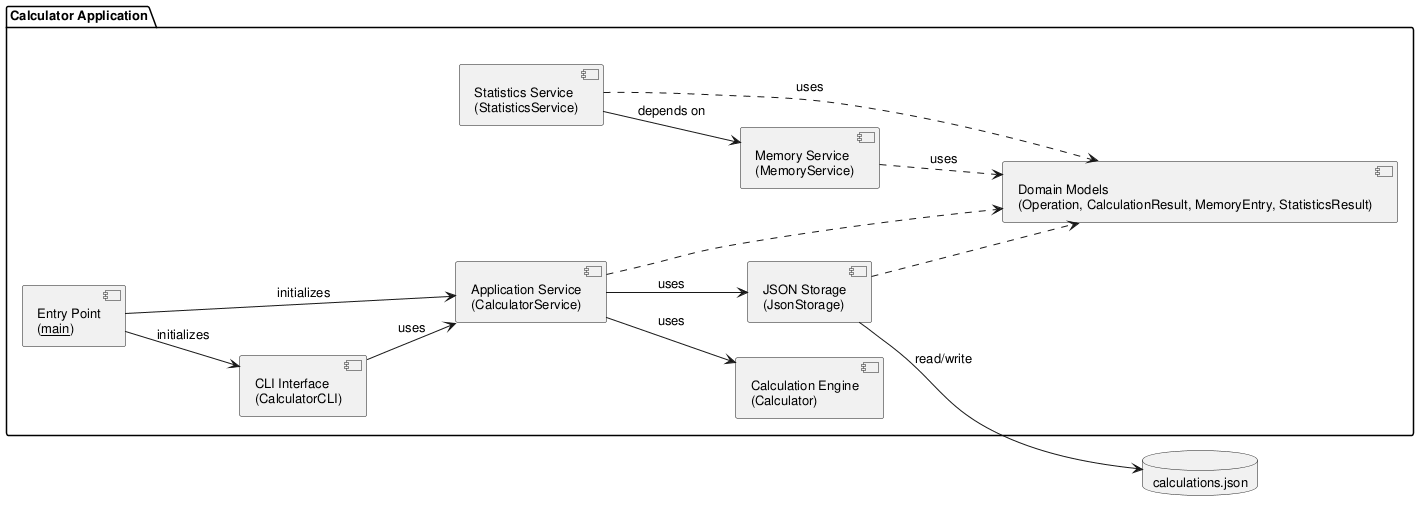
DanielRiha8906/Software_autoevolution_using_agents keeps this PlantUML diagram as experiments/pipeline/test_driven/calculator/artifacts/component_diagram.png. Above is the earlier version.
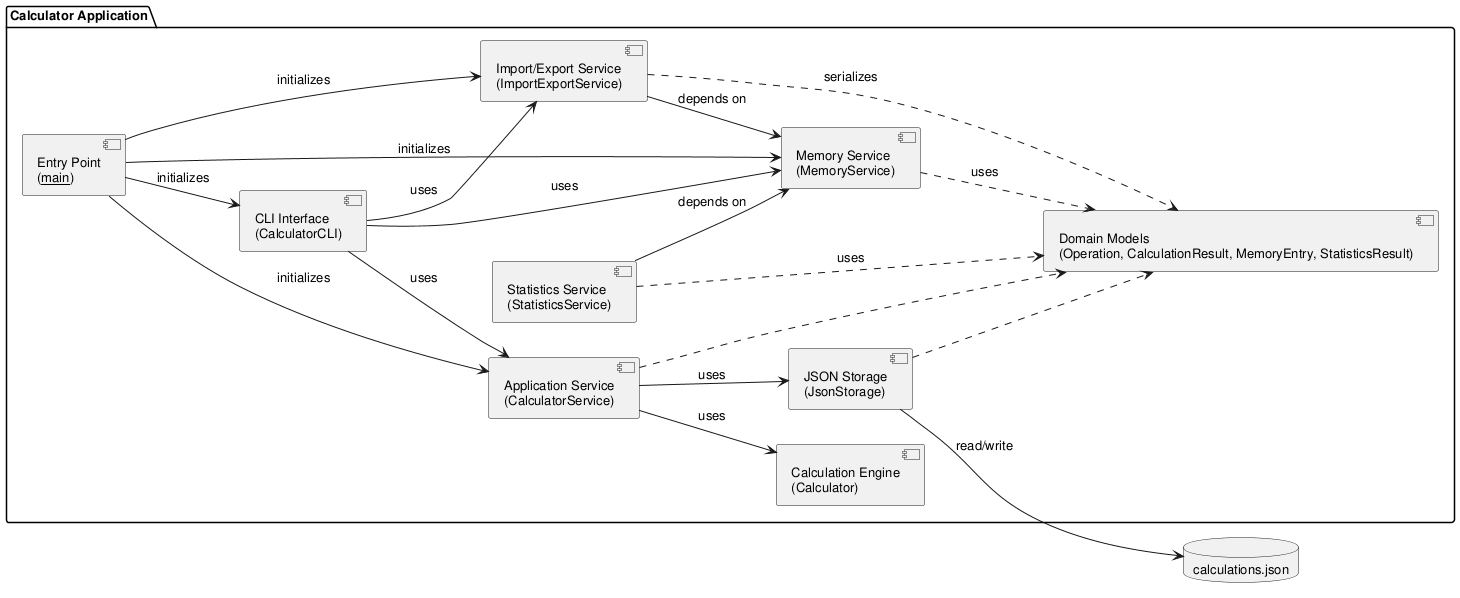
Above is the later version.

The edit, as a diff of the source:
```diff
@@ -10,6 +10,7 @@
     component "CLI Interface\n(CalculatorCLI)" as CLI
     component "Application Service\n(CalculatorService)" as Service
     component "Memory Service\n(MemoryService)" as Memory
+    component "Import/Export Service\n(ImportExportService)" as ImportExport
     component "Statistics Service\n(StatisticsService)" as Statistics
     component "Calculation Engine\n(Calculator)" as Calc
     component "JSON Storage\n(JsonStorage)" as Store
@@ -17,10 +18,16 @@
 
     Main --> CLI : initializes
     Main --> Service : initializes
+    Main --> Memory : initializes
+    Main --> ImportExport : initializes
 
     CLI --> Service : uses
+    CLI --> Memory : uses
+    CLI --> ImportExport : uses
     Service --> Calc : uses
     Service --> Store : uses
+    ImportExport --> Memory : depends on
+    ImportExport ..> Models : serializes
     Memory ..> Models : uses
     Statistics --> Memory : depends on
     Statistics ..> Models : uses
```
